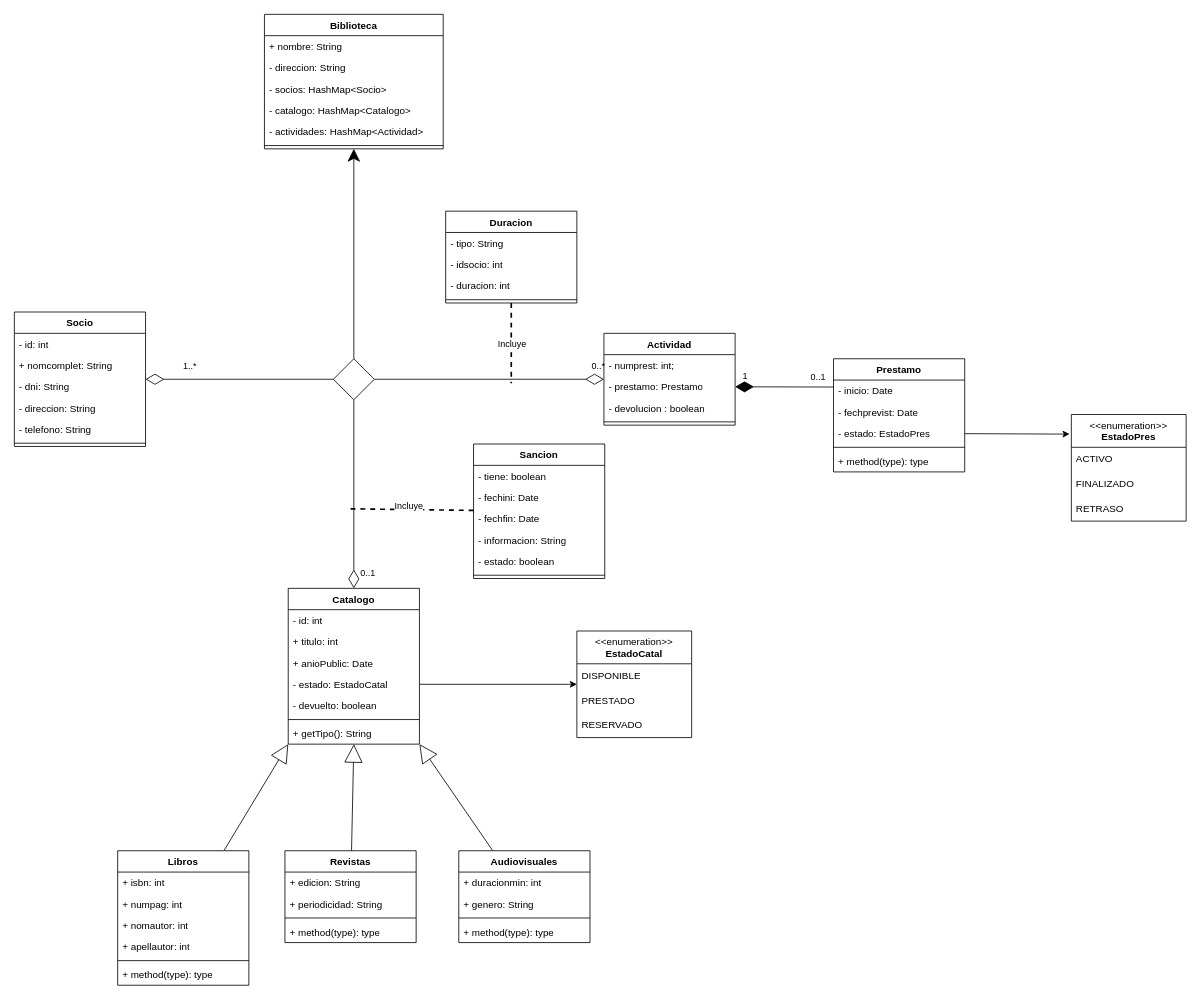
JavierMartinGarcia/ExamenUD5-DiagramaClases keeps this draw.io diagram as Diagrama.drawio. Above is the earlier version. Source tidied: cells renumbered, new cells numbered last; positions are measured from the earlier drawing's top-left corner, leaving out a move shared by most shapes. Both pictures are drawn from the tidied source at 82%, with x=0, y=0 at pixel (14, 14).
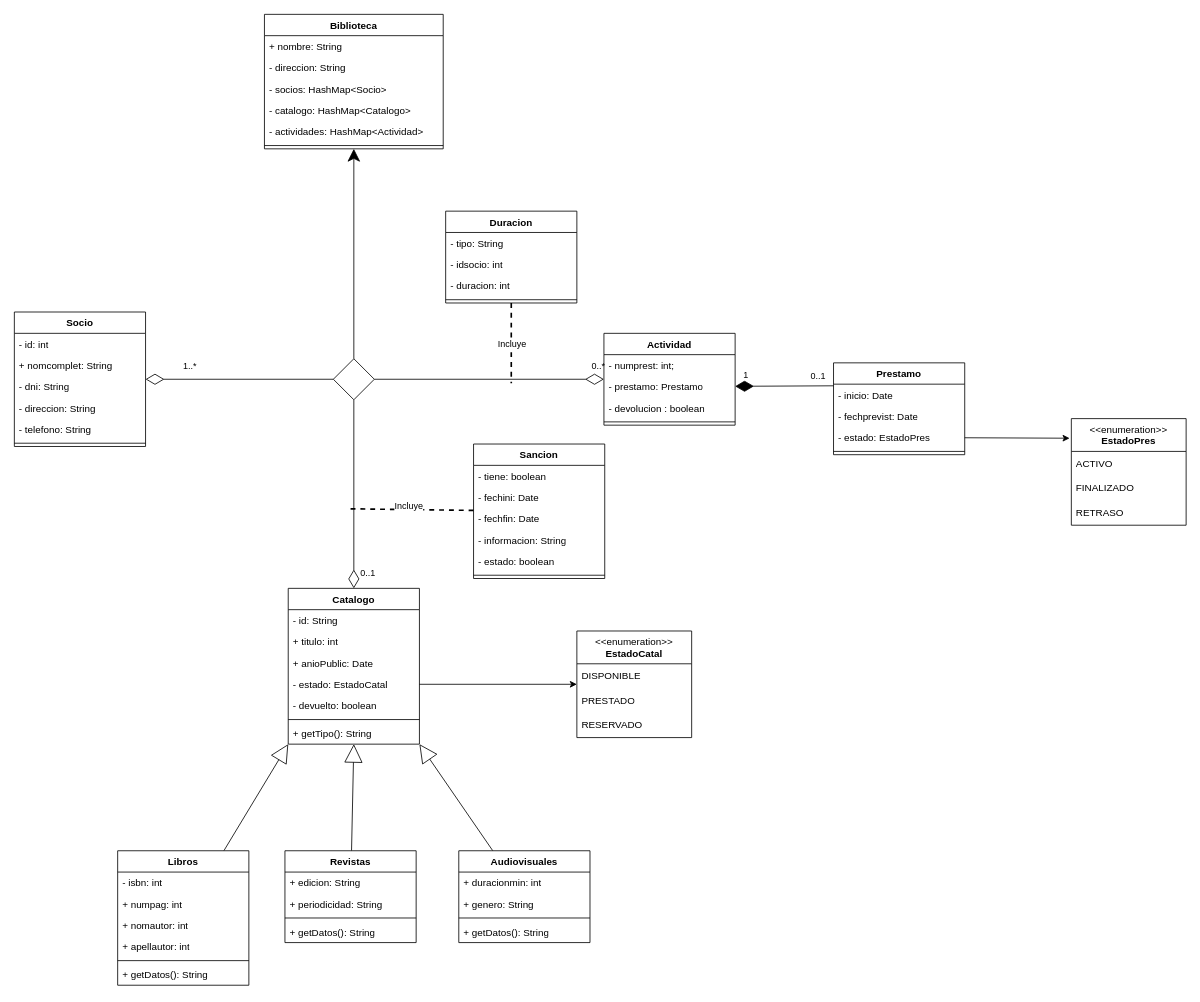
The same diagram, later.

Unchanged cells that the change refers to:
```xml
<mxCell id="12" value="Catalogo" style="swimlane;fontStyle=1;align=center;verticalAlign=top;horizontal=1;startSize=26;whiteSpace=wrap;html=1;" parent="1" vertex="1">
  <mxGeometry x="334" y="700" width="160" height="190" as="geometry" />
</mxCell>
<mxCell id="21" value="Libros&lt;br&gt;" style="swimlane;fontStyle=1;align=center;verticalAlign=top;horizontal=1;startSize=26;whiteSpace=wrap;html=1;" parent="1" vertex="1">
  <mxGeometry x="126" y="1020" width="160" height="164" as="geometry" />
</mxCell>
<mxCell id="29" value="Revistas" style="swimlane;fontStyle=1;align=center;verticalAlign=top;horizontal=1;startSize=26;whiteSpace=wrap;html=1;" parent="1" vertex="1">
  <mxGeometry x="330" y="1020" width="160" height="112" as="geometry" />
</mxCell>
<mxCell id="35" value="Audiovisuales" style="swimlane;fontStyle=1;align=center;verticalAlign=top;horizontal=1;startSize=26;whiteSpace=wrap;html=1;" parent="1" vertex="1">
  <mxGeometry x="542" y="1020" width="160" height="112" as="geometry" />
</mxCell>
```

Change to the diagram source:
```diff
@@
-    <mxCell id="13" value="- id: int" style="text;strokeColor=none;fillColor=none;align=left;verticalAlign=top;spacingLeft=4;spacingRight=4;overflow=hidden;whiteSpace=wrap;html=1;" parent="12" vertex="1">
+    <mxCell id="13" value="- id: String" style="text;strokeColor=none;fillColor=none;align=left;verticalAlign=top;spacingLeft=4;spacingRight=4;overflow=hidden;whiteSpace=wrap;html=1;" parent="12" vertex="1">
       <mxGeometry y="26" width="160" height="26" as="geometry" />
     </mxCell>
@@
-    <mxCell id="22" value="+ isbn: int" style="text;strokeColor=none;fillColor=none;align=left;verticalAlign=top;spacingLeft=4;spacingRight=4;overflow=hidden;whiteSpace=wrap;html=1;" parent="21" vertex="1">
+    <mxCell id="22" value="- isbn: int" style="text;strokeColor=none;fillColor=none;align=left;verticalAlign=top;spacingLeft=4;spacingRight=4;overflow=hidden;whiteSpace=wrap;html=1;" parent="21" vertex="1">
       <mxGeometry y="26" width="160" height="26" as="geometry" />
     </mxCell>
@@
-    <mxCell id="27" value="+ method(type): type" style="text;strokeColor=none;fillColor=none;align=left;verticalAlign=top;spacingLeft=4;spacingRight=4;overflow=hidden;whiteSpace=wrap;html=1;" parent="21" vertex="1">
+    <mxCell id="27" value="+ getDatos(): String" style="text;strokeColor=none;fillColor=none;align=left;verticalAlign=top;spacingLeft=4;spacingRight=4;overflow=hidden;whiteSpace=wrap;html=1;" parent="21" vertex="1">
       <mxGeometry y="138" width="160" height="26" as="geometry" />
     </mxCell>
@@
-    <mxCell id="33" value="+ method(type): type" style="text;strokeColor=none;fillColor=none;align=left;verticalAlign=top;spacingLeft=4;spacingRight=4;overflow=hidden;whiteSpace=wrap;html=1;" parent="29" vertex="1">
+    <mxCell id="33" value="+ getDatos(): String" style="text;strokeColor=none;fillColor=none;align=left;verticalAlign=top;spacingLeft=4;spacingRight=4;overflow=hidden;whiteSpace=wrap;html=1;" parent="29" vertex="1">
       <mxGeometry y="86" width="160" height="26" as="geometry" />
     </mxCell>
@@
-    <mxCell id="39" value="+ method(type): type" style="text;strokeColor=none;fillColor=none;align=left;verticalAlign=top;spacingLeft=4;spacingRight=4;overflow=hidden;whiteSpace=wrap;html=1;" parent="35" vertex="1">
+    <mxCell id="39" value="+ getDatos(): String" style="text;strokeColor=none;fillColor=none;align=left;verticalAlign=top;spacingLeft=4;spacingRight=4;overflow=hidden;whiteSpace=wrap;html=1;" parent="35" vertex="1">
       <mxGeometry y="86" width="160" height="26" as="geometry" />
     </mxCell>
@@
     <mxCell id="71" value="Prestamo" style="swimlane;fontStyle=1;align=center;verticalAlign=top;horizontal=1;startSize=26;whiteSpace=wrap;html=1;" parent="1" vertex="1">
-      <mxGeometry x="999" y="420" width="160" height="138" as="geometry" />
+      <mxGeometry x="999" y="425" width="160" height="112" as="geometry" />
     </mxCell>
@@
-    <mxCell id="76" value="+ method(type): type" style="text;strokeColor=none;fillColor=none;align=left;verticalAlign=top;spacingLeft=4;spacingRight=4;overflow=hidden;whiteSpace=wrap;html=1;" parent="71" vertex="1">
-      <mxGeometry y="112" width="160" height="26" as="geometry" />
-    </mxCell>
@@
     <mxCell id="80" value="&amp;lt;&amp;lt;enumeration&amp;gt;&amp;gt;&lt;br&gt;&lt;b&gt;EstadoPres&lt;/b&gt;" style="swimlane;fontStyle=0;align=center;verticalAlign=top;horizontal=1;startSize=40;html=1;whiteSpace=wrap;" parent="1" vertex="1">
-      <mxGeometry x="1289" y="488" width="140" height="130" as="geometry" />
+      <mxGeometry x="1289" y="493" width="140" height="130" as="geometry" />
     </mxCell>
```
